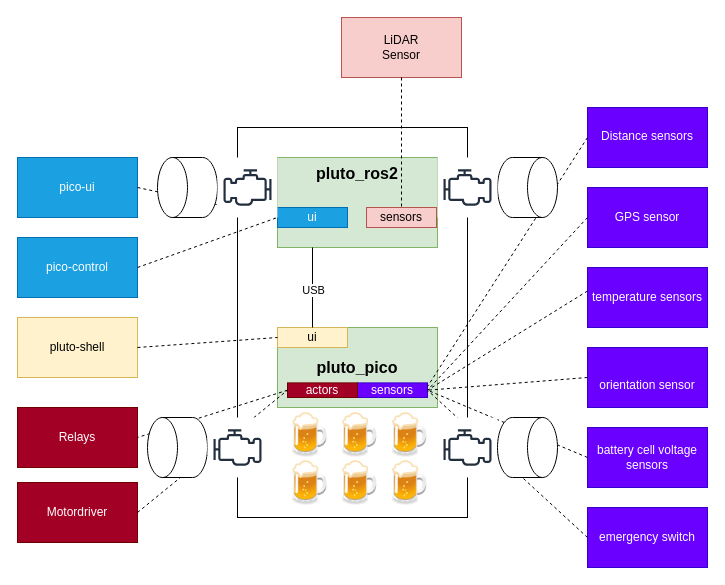
The draw.io diagram page "Pluto_ros" (1 of 3) of docs/pluto_pico.drawio in jruelli/pluto_docu, before the edit. Source tidied: cells renumbered, new cells numbered last; positions are measured from the earlier drawing's top-left corner, leaving out a move shared by most shapes. Both pictures are drawn from the tidied source at 100%, with x=0, y=0 at pixel (17, 17).
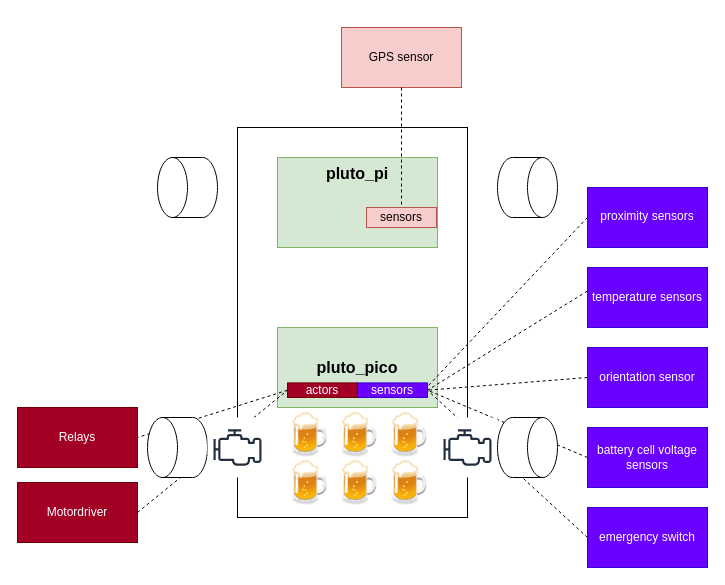
The same diagram, later.

The change refers to these unchanged cells:
```xml
<mxCell id="4" style="group;fillColor=#a20025;fontColor=#ffffff;strokeColor=#6F0000;" parent="1" vertex="1">
  <mxGeometry x="260" y="310" width="160" height="80" as="geometry" />
</mxCell>
<mxCell id="6" value="sensors" style="rounded=0;whiteSpace=wrap;html=1;fontSize=12;fillColor=#6a00ff;strokeColor=#3700CC;fontColor=#ffffff;" parent="4" vertex="1">
  <mxGeometry x="80" y="55.4" width="70" height="14.6" as="geometry" />
</mxCell>
<mxCell id="9" style="group;fillColor=#d5e8d4;strokeColor=#82b366;fontStyle=1;" parent="1" vertex="1">
  <mxGeometry x="260" y="140" width="160" height="90" as="geometry" />
</mxCell>
<mxCell id="12" value="sensors" style="rounded=0;whiteSpace=wrap;html=1;fontSize=12;fillColor=#f8cecc;strokeColor=#b85450;" parent="9" vertex="1">
  <mxGeometry x="89" y="50" width="70" height="20" as="geometry" />
</mxCell>
<mxCell id="35" style="group;" parent="1" vertex="1">
  <mxGeometry x="420" y="140" width="120" height="60" as="geometry" />
</mxCell>
<mxCell id="46" style="group;" parent="1" vertex="1">
  <mxGeometry x="140" y="140" width="120" height="60" as="geometry" />
</mxCell>
```

What changed in the source:
```diff
@@
-    <mxCell id="8" value="&lt;font style=&quot;font-size: 12px;&quot;&gt;ui&lt;/font&gt;" style="rounded=0;whiteSpace=wrap;html=1;fontSize=12;fillColor=#fff2cc;strokeColor=#d6b656;" parent="4" vertex="1">
-      <mxGeometry width="70" height="20" as="geometry" />
-    </mxCell>
@@
-    <mxCell id="11" value="&lt;b&gt;&lt;font style=&quot;font-size: 16px&quot;&gt;pluto_ros2&lt;/font&gt;&lt;/b&gt;" style="rounded=0;whiteSpace=wrap;html=1;fontSize=12;fillColor=#d5e8d4;strokeColor=#82b366;verticalAlign=top;" parent="9" vertex="1">
+    <mxCell id="11" value="&lt;b&gt;&lt;font style=&quot;font-size: 16px&quot;&gt;pluto_pi&lt;/font&gt;&lt;/b&gt;" style="rounded=0;whiteSpace=wrap;html=1;fontSize=12;fillColor=#d5e8d4;strokeColor=#82b366;verticalAlign=top;" parent="9" vertex="1">
       <mxGeometry width="160" height="90" as="geometry" />
     </mxCell>
@@
-    <mxCell id="13" value="ui" style="rounded=0;whiteSpace=wrap;html=1;fontSize=12;fillColor=#1ba1e2;strokeColor=#006EAF;fontColor=#ffffff;" parent="9" vertex="1">
-      <mxGeometry y="50" width="70" height="20" as="geometry" />
-    </mxCell>
-    <mxCell id="14" value="LiDAR&lt;br&gt;Sensor" style="rounded=0;whiteSpace=wrap;html=1;fillColor=#f8cecc;strokeColor=#b85450;" parent="1" vertex="1">
-      <mxGeometry x="324" width="120" height="60" as="geometry" />
-    </mxCell>
-    <mxCell id="15" value="&lt;br&gt;Distance sensors&lt;br&gt;&lt;h1 class=&quot;product-meta__title heading h1&quot;&gt;&lt;/h1&gt;" style="rounded=0;whiteSpace=wrap;html=1;fillColor=#6a00ff;strokeColor=#3700CC;fontColor=#ffffff;" parent="1" vertex="1">
-      <mxGeometry x="570" y="90" width="120" height="60" as="geometry" />
+    <mxCell id="15" value="&lt;br&gt;proximity sensors&lt;br&gt;&lt;h1 class=&quot;product-meta__title heading h1&quot;&gt;&lt;/h1&gt;" style="rounded=0;whiteSpace=wrap;html=1;fillColor=#6a00ff;strokeColor=#3700CC;fontColor=#ffffff;" parent="1" vertex="1">
+      <mxGeometry x="570" y="170" width="120" height="60" as="geometry" />
     </mxCell>
-    <mxCell id="16" value="GPS sensor" style="rounded=0;whiteSpace=wrap;html=1;fillColor=#6a00ff;strokeColor=#3700CC;fontColor=#ffffff;" parent="1" vertex="1">
-      <mxGeometry x="570" y="170" width="120" height="60" as="geometry" />
-    </mxCell>
@@
-    <mxCell id="19" style="endArrow=none;html=1;rounded=0;entryX=0.5;entryY=1;entryDx=0;entryDy=0;exitX=0.5;exitY=0;exitDx=0;exitDy=0;" parent="1" edge="1" source="8">
-      <mxGeometry relative="1" as="geometry">
-        <mxPoint x="295" y="230" as="targetPoint" />
-      </mxGeometry>
-    </mxCell>
-    <mxCell id="20" value="USB" style="edgeLabel;html=1;align=center;verticalAlign=middle;" parent="19" vertex="1">
-      <mxGeometry x="-0.04" relative="1" as="geometry" />
-    </mxCell>
@@
-    <mxCell id="22" value="&lt;div class=&quot;line-block&quot;&gt;&lt;br&gt;&lt;div class=&quot;line&quot;&gt;orientation sensor&lt;/div&gt;&lt;/div&gt;" style="rounded=0;whiteSpace=wrap;html=1;fillColor=#6a00ff;strokeColor=#3700CC;fontColor=#ffffff;" parent="1" vertex="1">
+    <mxCell id="22" value="&lt;div class=&quot;line-block&quot;&gt;&lt;div class=&quot;line&quot;&gt;orientation sensor&lt;/div&gt;&lt;/div&gt;" style="rounded=0;whiteSpace=wrap;html=1;fillColor=#6a00ff;strokeColor=#3700CC;fontColor=#ffffff;" parent="1" vertex="1">
       <mxGeometry x="570" y="330" width="120" height="60" as="geometry" />
     </mxCell>
@@
-    <mxCell id="31" style="endArrow=none;html=1;rounded=0;entryX=1;entryY=0.5;entryDx=0;entryDy=0;exitX=0;exitY=0.5;exitDx=0;exitDy=0;dashed=1;" parent="1" edge="1" source="16" target="6">
-      <mxGeometry relative="1" as="geometry" />
-    </mxCell>
@@
-    <mxCell id="33" value="pico-control" style="rounded=0;whiteSpace=wrap;html=1;fillColor=#1ba1e2;fontColor=#ffffff;strokeColor=#006EAF;" parent="1" vertex="1">
-      <mxGeometry y="220" width="120" height="60" as="geometry" />
-    </mxCell>
-    <mxCell id="34" value="pico-ui" style="rounded=0;whiteSpace=wrap;html=1;fillColor=#1ba1e2;fontColor=#ffffff;strokeColor=#006EAF;" parent="1" vertex="1">
-      <mxGeometry y="140" width="120" height="60" as="geometry" />
-    </mxCell>
@@
-    <mxCell id="37" style="sketch=0;fontColor=#232F3E;gradientColor=none;strokeColor=#232F3E;fillColor=#ffffff;dashed=0;verticalLabelPosition=bottom;verticalAlign=top;align=center;html=1;fontSize=12;fontStyle=0;shape=mxgraph.aws4.resourceIcon;resIcon=mxgraph.aws4.emr_engine;" parent="35" vertex="1">
-      <mxGeometry width="60" height="60" as="geometry" />
-    </mxCell>
@@
-    <mxCell id="44" style="endArrow=none;html=1;rounded=0;entryX=0;entryY=0.5;entryDx=0;entryDy=0;exitX=1;exitY=0.5;exitDx=0;exitDy=0;dashed=1;" parent="1" edge="1" source="34" target="13">
-      <mxGeometry relative="1" as="geometry" />
-    </mxCell>
-    <mxCell id="45" style="endArrow=none;html=1;rounded=0;exitX=1;exitY=0.5;exitDx=0;exitDy=0;dashed=1;" parent="1" edge="1" source="33">
-      <mxGeometry relative="1" as="geometry">
-        <mxPoint x="260" y="200" as="targetPoint" />
-      </mxGeometry>
-    </mxCell>
@@
-    <mxCell id="48" style="sketch=0;fontColor=#232F3E;gradientColor=none;strokeColor=#232F3E;fillColor=#ffffff;dashed=0;verticalLabelPosition=bottom;verticalAlign=top;align=center;html=1;fontSize=12;fontStyle=0;shape=mxgraph.aws4.resourceIcon;resIcon=mxgraph.aws4.emr_engine;flipH=1;" parent="46" vertex="1">
-      <mxGeometry x="60" width="60" height="60" as="geometry" />
-    </mxCell>
-    <mxCell id="49" style="endArrow=none;html=1;rounded=0;entryX=0.5;entryY=0;entryDx=0;entryDy=0;exitX=0.5;exitY=1;exitDx=0;exitDy=0;dashed=1;" parent="1" edge="1" source="14" target="12">
-      <mxGeometry relative="1" as="geometry" />
-    </mxCell>
-    <mxCell id="50" value="pluto-shell" style="rounded=0;whiteSpace=wrap;html=1;fillColor=#fff2cc;strokeColor=#d6b656;" parent="1" vertex="1">
-      <mxGeometry y="300" width="120" height="60" as="geometry" />
-    </mxCell>
-    <mxCell id="51" style="endArrow=none;html=1;rounded=0;exitX=1;exitY=0.5;exitDx=0;exitDy=0;dashed=1;entryX=0;entryY=0.5;entryDx=0;entryDy=0;" parent="1" edge="1" source="50" target="8">
-      <mxGeometry relative="1" as="geometry" />
-    </mxCell>
+    <mxCell id="16" value="GPS sensor" style="rounded=0;whiteSpace=wrap;html=1;fillColor=#f8cecc;strokeColor=#b85450;" parent="1" vertex="1">
+      <mxGeometry x="324" y="10" width="120" height="60" as="geometry" />
+    </mxCell>
+    <mxCell id="52" style="endArrow=none;html=1;rounded=0;entryX=0.5;entryY=0;entryDx=0;entryDy=0;exitX=0.5;exitY=1;exitDx=0;exitDy=0;dashed=1;" parent="1" edge="1" source="16" target="12">
+      <mxGeometry relative="1" as="geometry" />
+    </mxCell>
```
